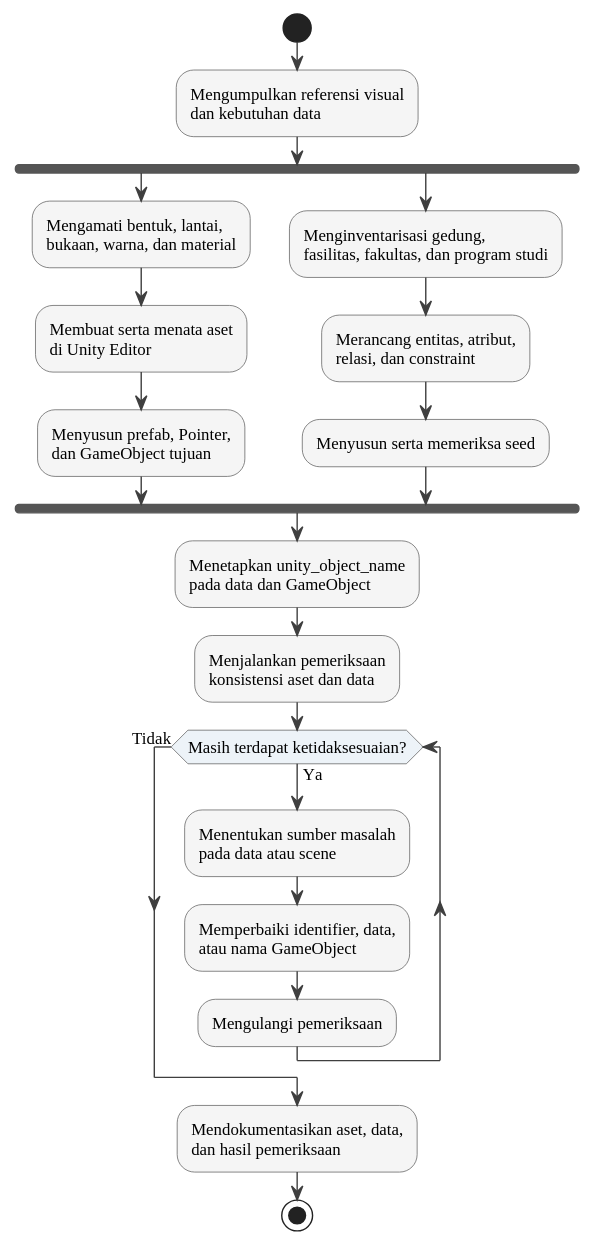
The PlantUML diagram diagrams/gambar-2-10-alur-perancangan-aset-data.svg in Jokskuyy/workflow-ta-proyek, before a commit.
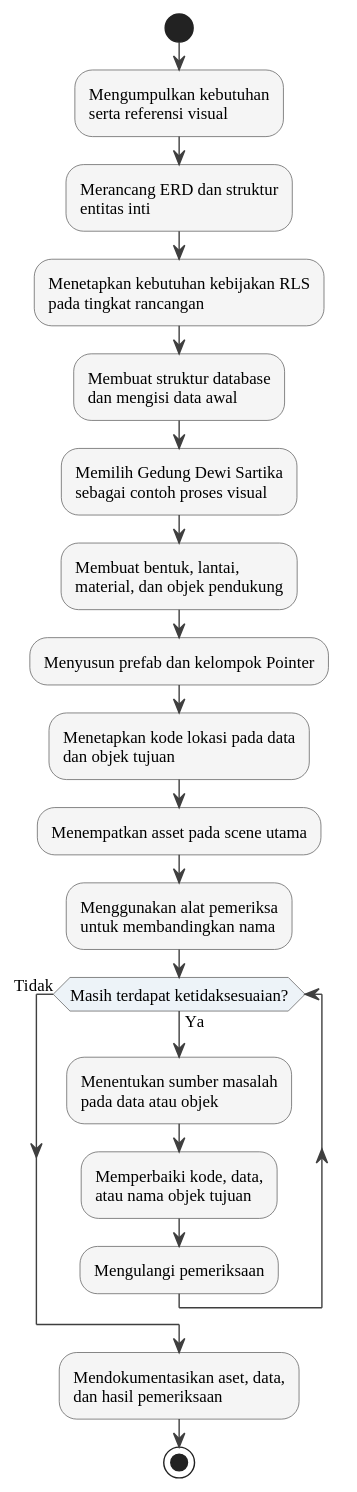
Later version of the same file.

What changed in the source:
```diff
@@ -10,24 +10,20 @@
 skinparam ActivityDiamondBorderColor #555555
 
 start
-:Mengumpulkan referensi visual\ndan kebutuhan data;
-
-fork
-  :Mengamati bentuk, lantai,\nbukaan, warna, dan material;
-  :Membuat serta menata aset\ndi Unity Editor;
-  :Menyusun prefab, Pointer,\ndan GameObject tujuan;
-fork again
-  :Menginventarisasi gedung,\nfasilitas, fakultas, dan program studi;
-  :Merancang entitas, atribut,\nrelasi, dan constraint;
-  :Menyusun serta memeriksa seed;
-end fork
-
-:Menetapkan unity_object_name\npada data dan GameObject;
-:Menjalankan pemeriksaan\nkonsistensi aset dan data;
+:Mengumpulkan kebutuhan\nserta referensi visual;
+:Merancang ERD dan struktur\nentitas inti;
+:Menetapkan kebutuhan kebijakan RLS\npada tingkat rancangan;
+:Membuat struktur database\ndan mengisi data awal;
+:Memilih Gedung Dewi Sartika\nsebagai contoh proses visual;
+:Membuat bentuk, lantai,\nmaterial, dan objek pendukung;
+:Menyusun prefab dan kelompok Pointer;
+:Menetapkan kode lokasi pada data\ndan objek tujuan;
+:Menempatkan asset pada scene utama;
+:Menggunakan alat pemeriksa\nuntuk membandingkan nama;
 
 while (Masih terdapat ketidaksesuaian?) is (Ya)
-  :Menentukan sumber masalah\npada data atau scene;
-  :Memperbaiki identifier, data,\natau nama GameObject;
+  :Menentukan sumber masalah\npada data atau objek;
+  :Memperbaiki kode, data,\natau nama objek tujuan;
   :Mengulangi pemeriksaan;
 endwhile (Tidak)
 
```
